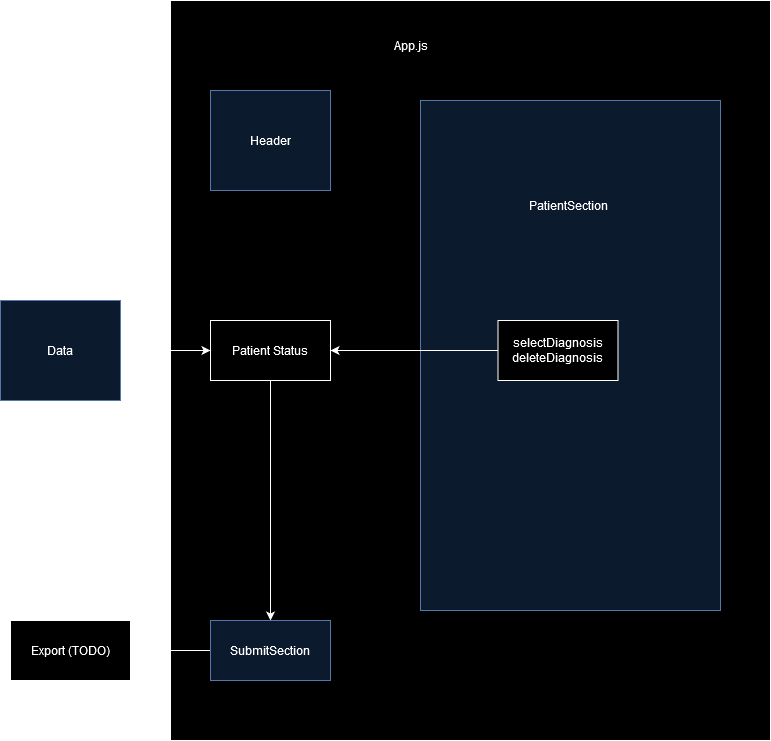
The draw.io diagram src/images/uml.png in ryan-ching/patient-diagnoses, before a commit. Source tidied: cells renumbered, new cells last; positions are measured from the earlier drawing's top-left corner, leaving out a move shared by most shapes. Source of this version:
```xml
<mxGraphModel>
  <root>
    <mxCell id="0" />
    <mxCell id="1" parent="0" />
    <mxCell id="2" style="rounded=0;whiteSpace=wrap;html=1;" parent="1" vertex="1">
      <mxGeometry x="170" width="600" height="740" as="geometry" />
    </mxCell>
    <mxCell id="3" value="App.js" style="text;html=1;align=center;verticalAlign=middle;strokeColor=none;fillColor=none;" parent="1" vertex="1">
      <mxGeometry x="380" y="30" width="60" height="30" as="geometry" />
    </mxCell>
    <mxCell id="4" style="edgeStyle=orthogonalEdgeStyle;rounded=0;jettySize=auto;html=1;exitX=0.5;exitY=1;exitDx=0;exitDy=0;" parent="1" edge="1" source="5" target="10">
      <mxGeometry relative="1" as="geometry" />
    </mxCell>
    <mxCell id="5" value="Patient Status" style="rounded=0;whiteSpace=wrap;html=1;" parent="1" vertex="1">
      <mxGeometry x="210" y="320" width="120" height="60" as="geometry" />
    </mxCell>
    <mxCell id="6" style="edgeStyle=orthogonalEdgeStyle;rounded=0;jettySize=auto;html=1;exitX=1;exitY=0.5;exitDx=0;exitDy=0;" parent="1" edge="1" source="7" target="5">
      <mxGeometry relative="1" as="geometry" />
    </mxCell>
    <mxCell id="7" value="&lt;div&gt;Data&lt;/div&gt;" style="rounded=0;whiteSpace=wrap;html=1;fillColor=#dae8fc;strokeColor=#6c8ebf;" parent="1" vertex="1">
      <mxGeometry y="300" width="120" height="100" as="geometry" />
    </mxCell>
    <mxCell id="8" style="rounded=0;whiteSpace=wrap;html=1;fillColor=#dae8fc;strokeColor=#6c8ebf;" parent="1" vertex="1">
      <mxGeometry x="420" y="100" width="300" height="510" as="geometry" />
    </mxCell>
    <mxCell id="9" style="edgeStyle=orthogonalEdgeStyle;rounded=0;jettySize=auto;html=1;" parent="1" edge="1" source="10" target="14">
      <mxGeometry relative="1" as="geometry" />
    </mxCell>
    <mxCell id="10" value="SubmitSection" style="rounded=0;whiteSpace=wrap;html=1;fillColor=#dae8fc;strokeColor=#6c8ebf;" parent="1" vertex="1">
      <mxGeometry x="210" y="620" width="120" height="60" as="geometry" />
    </mxCell>
    <mxCell id="11" value="PatientSection" style="text;html=1;align=center;verticalAlign=middle;strokeColor=none;fillColor=none;" parent="1" vertex="1">
      <mxGeometry x="517.5" y="190" width="100" height="30" as="geometry" />
    </mxCell>
    <mxCell id="12" style="edgeStyle=orthogonalEdgeStyle;rounded=0;jettySize=auto;html=1;exitX=0;exitY=0.5;exitDx=0;exitDy=0;entryX=1;entryY=0.5;entryDx=0;entryDy=0;" parent="1" edge="1" source="13" target="5">
      <mxGeometry relative="1" as="geometry" />
    </mxCell>
    <mxCell id="13" value="&lt;div&gt;selectDiagnosis&lt;/div&gt;&lt;div&gt;deleteDiagnosis&lt;br&gt;&lt;/div&gt;" style="rounded=0;whiteSpace=wrap;html=1;" parent="1" vertex="1">
      <mxGeometry x="497.5" y="320" width="120" height="60" as="geometry" />
    </mxCell>
    <mxCell id="14" value="Export (TODO)" style="whiteSpace=wrap;html=1;rounded=0;" parent="1" vertex="1">
      <mxGeometry x="10" y="620" width="120" height="60" as="geometry" />
    </mxCell>
    <mxCell id="15" value="Header" style="rounded=0;whiteSpace=wrap;html=1;fillColor=#dae8fc;strokeColor=#6c8ebf;" parent="1" vertex="1">
      <mxGeometry x="210" y="90" width="120" height="100" as="geometry" />
    </mxCell>
  </root>
</mxGraphModel>
```
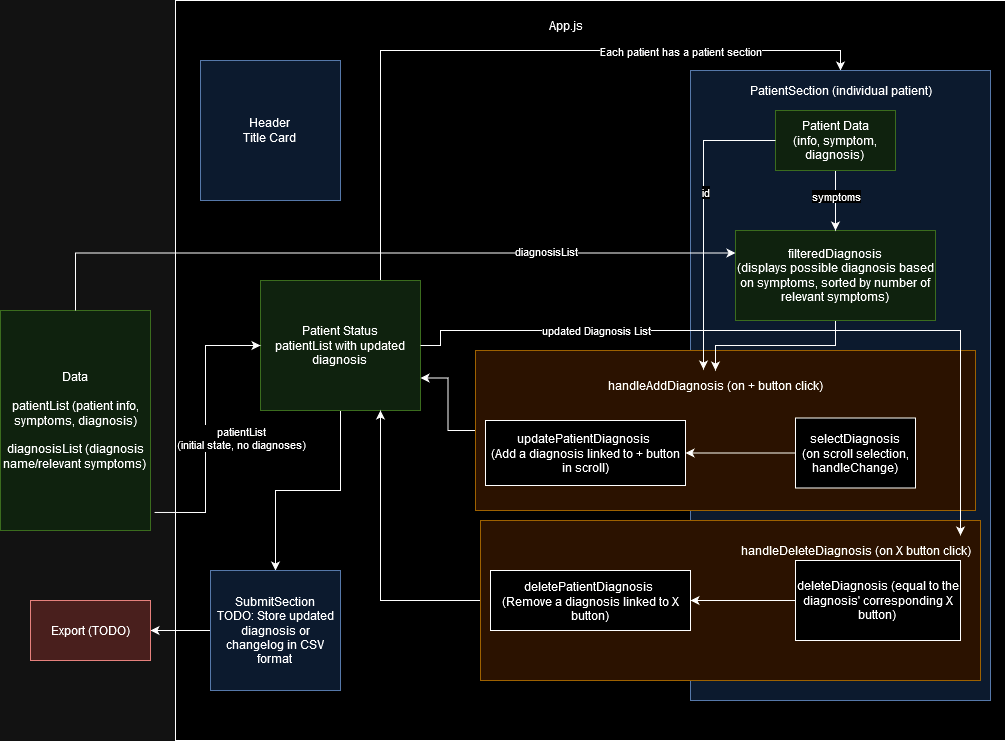
After the commit.

Commit message:
added more inline comments, updated README uml diagram

Diff of the diagram source:
```diff
@@ -3,46 +3,134 @@
     <mxCell id="0" />
     <mxCell id="1" parent="0" />
     <mxCell id="2" style="rounded=0;whiteSpace=wrap;html=1;" parent="1" vertex="1">
-      <mxGeometry x="170" width="600" height="740" as="geometry" />
+      <mxGeometry x="65" y="50" width="830" height="740" as="geometry" />
     </mxCell>
     <mxCell id="3" value="App.js" style="text;html=1;align=center;verticalAlign=middle;strokeColor=none;fillColor=none;" parent="1" vertex="1">
-      <mxGeometry x="380" y="30" width="60" height="30" as="geometry" />
+      <mxGeometry x="425" y="60" width="60" height="30" as="geometry" />
     </mxCell>
     <mxCell id="4" style="edgeStyle=orthogonalEdgeStyle;rounded=0;jettySize=auto;html=1;exitX=0.5;exitY=1;exitDx=0;exitDy=0;" parent="1" edge="1" source="5" target="10">
       <mxGeometry relative="1" as="geometry" />
     </mxCell>
+    <mxCell id="16" style="edgeStyle=orthogonalEdgeStyle;rounded=0;jettySize=auto;html=1;entryX=0.5;entryY=0;entryDx=0;entryDy=0;" parent="1" edge="1" source="5" target="8">
+      <mxGeometry relative="1" as="geometry">
+        <Array as="points">
+          <mxPoint x="270" y="100" />
+          <mxPoint x="730" y="100" />
+        </Array>
+      </mxGeometry>
+    </mxCell>
+    <mxCell id="17" value="Each patient has a patient section" style="edgeLabel;html=1;align=center;verticalAlign=middle;" parent="16" vertex="1">
+      <mxGeometry x="-0.05" y="3" relative="1" as="geometry">
+        <mxPoint x="191" y="3" as="offset" />
+      </mxGeometry>
+    </mxCell>
-    <mxCell id="5" value="Patient Status" style="rounded=0;whiteSpace=wrap;html=1;" parent="1" vertex="1">
-      <mxGeometry x="210" y="320" width="120" height="60" as="geometry" />
+    <mxCell id="5" value="&lt;div&gt;Patient Status&lt;/div&gt;&lt;div&gt;patientList with updated diagnosis&lt;br&gt;&lt;/div&gt;" style="rounded=0;whiteSpace=wrap;html=1;fillColor=#d5e8d4;strokeColor=#82b366;" parent="1" vertex="1">
+      <mxGeometry x="150" y="330" width="160" height="130" as="geometry" />
     </mxCell>
-    <mxCell id="6" style="edgeStyle=orthogonalEdgeStyle;rounded=0;jettySize=auto;html=1;exitX=1;exitY=0.5;exitDx=0;exitDy=0;" parent="1" edge="1" source="7" target="5">
+    <mxCell id="6" style="edgeStyle=orthogonalEdgeStyle;rounded=0;jettySize=auto;html=1;exitX=1.027;exitY=0.918;exitDx=0;exitDy=0;exitPerimeter=0;" parent="1" edge="1" source="7" target="5">
       <mxGeometry relative="1" as="geometry" />
     </mxCell>
+    <mxCell id="18" value="&lt;div&gt;patientList&lt;/div&gt;&lt;div&gt;(initial state, no diagnoses)&lt;br&gt;&lt;/div&gt;" style="edgeLabel;html=1;align=center;verticalAlign=middle;" parent="6" vertex="1">
+      <mxGeometry x="-0.2" y="-2" relative="1" as="geometry">
+        <mxPoint x="33" y="-16" as="offset" />
+      </mxGeometry>
+    </mxCell>
-    <mxCell id="7" value="&lt;div&gt;Data&lt;/div&gt;" style="rounded=0;whiteSpace=wrap;html=1;fillColor=#dae8fc;strokeColor=#6c8ebf;" parent="1" vertex="1">
-      <mxGeometry y="300" width="120" height="100" as="geometry" />
+    <mxCell id="7" value="&lt;div&gt;Data&lt;/div&gt;&lt;div&gt;&lt;br&gt;&lt;/div&gt;&lt;div&gt;patientList (patient info, symptoms, diagnosis)&lt;/div&gt;&lt;div&gt;&lt;br&gt;&lt;/div&gt;&lt;div&gt;diagnosisList (diagnosis name/relevant symptoms)&lt;br&gt;&lt;/div&gt;" style="rounded=0;whiteSpace=wrap;html=1;fillColor=#d5e8d4;strokeColor=#82b366;" parent="1" vertex="1">
+      <mxGeometry x="-110" y="360" width="150" height="220" as="geometry" />
     </mxCell>
     <mxCell id="8" style="rounded=0;whiteSpace=wrap;html=1;fillColor=#dae8fc;strokeColor=#6c8ebf;" parent="1" vertex="1">
-      <mxGeometry x="420" y="100" width="300" height="510" as="geometry" />
+      <mxGeometry x="580" y="120" width="300" height="630" as="geometry" />
     </mxCell>
     <mxCell id="9" style="edgeStyle=orthogonalEdgeStyle;rounded=0;jettySize=auto;html=1;" parent="1" edge="1" source="10" target="14">
       <mxGeometry relative="1" as="geometry" />
     </mxCell>
-    <mxCell id="10" value="SubmitSection" style="rounded=0;whiteSpace=wrap;html=1;fillColor=#dae8fc;strokeColor=#6c8ebf;" parent="1" vertex="1">
-      <mxGeometry x="210" y="620" width="120" height="60" as="geometry" />
+    <mxCell id="10" value="&lt;div&gt;SubmitSection&lt;/div&gt;&lt;div&gt;TODO: Store updated diagnosis or changelog in CSV format&lt;br&gt;&lt;/div&gt;" style="rounded=0;whiteSpace=wrap;html=1;fillColor=#dae8fc;strokeColor=#6c8ebf;direction=south;" parent="1" vertex="1">
+      <mxGeometry x="100" y="620" width="130" height="120" as="geometry" />
     </mxCell>
-    <mxCell id="11" value="PatientSection" style="text;html=1;align=center;verticalAlign=middle;strokeColor=none;fillColor=none;" parent="1" vertex="1">
-      <mxGeometry x="517.5" y="190" width="100" height="30" as="geometry" />
+    <mxCell id="11" value="PatientSection (individual patient)" style="text;html=1;align=center;verticalAlign=middle;strokeColor=none;fillColor=none;" parent="1" vertex="1">
+      <mxGeometry x="625" y="125" width="210" height="30" as="geometry" />
     </mxCell>
-    <mxCell id="12" style="edgeStyle=orthogonalEdgeStyle;rounded=0;jettySize=auto;html=1;exitX=0;exitY=0.5;exitDx=0;exitDy=0;entryX=1;entryY=0.5;entryDx=0;entryDy=0;" parent="1" edge="1" source="13" target="5">
-      <mxGeometry relative="1" as="geometry" />
-    </mxCell>
-    <mxCell id="13" value="&lt;div&gt;selectDiagnosis&lt;/div&gt;&lt;div&gt;deleteDiagnosis&lt;br&gt;&lt;/div&gt;" style="rounded=0;whiteSpace=wrap;html=1;" parent="1" vertex="1">
-      <mxGeometry x="497.5" y="320" width="120" height="60" as="geometry" />
-    </mxCell>
-    <mxCell id="14" value="Export (TODO)" style="whiteSpace=wrap;html=1;rounded=0;" parent="1" vertex="1">
-      <mxGeometry x="10" y="620" width="120" height="60" as="geometry" />
+    <mxCell id="14" value="Export (TODO)" style="whiteSpace=wrap;html=1;rounded=0;fillColor=#f8cecc;strokeColor=#b85450;" parent="1" vertex="1">
+      <mxGeometry x="-80" y="650" width="120" height="60" as="geometry" />
     </mxCell>
-    <mxCell id="15" value="Header" style="rounded=0;whiteSpace=wrap;html=1;fillColor=#dae8fc;strokeColor=#6c8ebf;" parent="1" vertex="1">
-      <mxGeometry x="210" y="90" width="120" height="100" as="geometry" />
+    <mxCell id="15" value="&lt;div&gt;Header&lt;/div&gt;&lt;div&gt;Title Card&lt;br&gt;&lt;/div&gt;" style="rounded=0;whiteSpace=wrap;html=1;fillColor=#dae8fc;strokeColor=#6c8ebf;" parent="1" vertex="1">
+      <mxGeometry x="90" y="110" width="140" height="140" as="geometry" />
     </mxCell>
+    <mxCell id="19" style="edgeStyle=orthogonalEdgeStyle;rounded=0;jettySize=auto;html=1;entryX=0.75;entryY=1;entryDx=0;entryDy=0;" parent="1" edge="1" source="20" target="5">
+      <mxGeometry relative="1" as="geometry" />
+    </mxCell>
+    <mxCell id="20" style="rounded=0;whiteSpace=wrap;html=1;fillColor=#ffe6cc;strokeColor=#d79b00;" parent="1" vertex="1">
+      <mxGeometry x="370" y="570" width="500" height="160" as="geometry" />
+    </mxCell>
+    <mxCell id="21" style="edgeStyle=orthogonalEdgeStyle;rounded=0;jettySize=auto;html=1;" parent="1" edge="1" source="13" target="22">
+      <mxGeometry relative="1" as="geometry" />
+    </mxCell>
+    <mxCell id="13" value="&lt;div&gt;deleteDiagnosis (equal to the diagnosis' corresponding X button)&lt;br&gt;&lt;/div&gt;" style="rounded=0;whiteSpace=wrap;html=1;" parent="1" vertex="1">
+      <mxGeometry x="685" y="610" width="165" height="80" as="geometry" />
+    </mxCell>
+    <mxCell id="22" value="&lt;p style=&quot;line-height: 40%;&quot;&gt;&lt;/p&gt;&lt;br&gt;&lt;div&gt;&lt;br&gt;&lt;/div&gt;&lt;div&gt;deletePatientDiagnosis&amp;nbsp;&lt;/div&gt;&lt;div&gt;(Remove a diagnosis linked to X button)&lt;br&gt;&lt;/div&gt;&lt;p&gt;&lt;br&gt;&lt;/p&gt;" style="rounded=0;whiteSpace=wrap;html=1;" parent="1" vertex="1">
+      <mxGeometry x="380" y="620" width="200" height="60" as="geometry" />
+    </mxCell>
+    <mxCell id="23" value="handleDeleteDiagnosis (on X button click)" style="text;html=1;align=center;verticalAlign=middle;points=[];strokeColor=none;fillColor=none;" parent="1" vertex="1">
+      <mxGeometry x="620" y="585" width="250" height="30" as="geometry" />
+    </mxCell>
+    <mxCell id="24" style="edgeStyle=orthogonalEdgeStyle;rounded=0;jettySize=auto;html=1;entryX=1;entryY=0.75;entryDx=0;entryDy=0;" parent="1" edge="1" source="25" target="5">
+      <mxGeometry relative="1" as="geometry" />
+    </mxCell>
+    <mxCell id="25" style="rounded=0;whiteSpace=wrap;html=1;fillColor=#ffe6cc;strokeColor=#d79b00;" parent="1" vertex="1">
+      <mxGeometry x="365" y="400" width="500" height="160" as="geometry" />
+    </mxCell>
+    <mxCell id="26" value="&lt;div&gt;updatePatientDiagnosis&amp;nbsp;&lt;/div&gt;(Add a diagnosis linked to + button in scroll)" style="rounded=0;whiteSpace=wrap;html=1;" parent="1" vertex="1">
+      <mxGeometry x="375" y="470" width="200" height="65" as="geometry" />
+    </mxCell>
+    <mxCell id="27" style="edgeStyle=orthogonalEdgeStyle;rounded=0;jettySize=auto;html=1;exitX=0;exitY=0.5;exitDx=0;exitDy=0;" parent="1" edge="1" source="28" target="26">
+      <mxGeometry relative="1" as="geometry" />
+    </mxCell>
+    <mxCell id="28" value="&lt;div&gt;selectDiagnosis&lt;/div&gt;&lt;div&gt;(on scroll selection, handleChange)&lt;br&gt;&lt;/div&gt;" style="rounded=0;whiteSpace=wrap;html=1;" parent="1" vertex="1">
+      <mxGeometry x="685" y="467.5" width="120" height="70" as="geometry" />
+    </mxCell>
+    <mxCell id="29" value="handleAddDiagnosis (on + button click)" style="text;html=1;align=center;verticalAlign=middle;points=[];strokeColor=none;fillColor=none;" parent="1" vertex="1">
+      <mxGeometry x="485" y="420" width="240" height="30" as="geometry" />
+    </mxCell>
+    <mxCell id="30" style="edgeStyle=orthogonalEdgeStyle;rounded=0;jettySize=auto;html=1;" parent="1" edge="1" source="31" target="29">
+      <mxGeometry relative="1" as="geometry" />
+    </mxCell>
+    <mxCell id="31" value="&lt;div&gt;filteredDiagnosis&lt;/div&gt;&lt;div&gt;(displays possible diagnosis based on symptoms, sorted by number of relevant symptoms)&lt;br&gt;&lt;/div&gt;" style="rounded=0;whiteSpace=wrap;html=1;fillColor=#d5e8d4;strokeColor=#82b366;" parent="1" vertex="1">
+      <mxGeometry x="625" y="280" width="200" height="90" as="geometry" />
+    </mxCell>
+    <mxCell id="32" style="edgeStyle=orthogonalEdgeStyle;rounded=0;jettySize=auto;html=1;exitX=0.5;exitY=0;exitDx=0;exitDy=0;entryX=0;entryY=0.25;entryDx=0;entryDy=0;" parent="1" edge="1" source="7" target="31">
+      <mxGeometry relative="1" as="geometry" />
+    </mxCell>
+    <mxCell id="33" value="diagnosisList" style="edgeLabel;html=1;align=center;verticalAlign=middle;" parent="32" vertex="1">
+      <mxGeometry x="0.47" y="-1" relative="1" as="geometry">
+        <mxPoint x="1" y="-3" as="offset" />
+      </mxGeometry>
+    </mxCell>
+    <mxCell id="34" style="edgeStyle=orthogonalEdgeStyle;rounded=0;jettySize=auto;html=1;" parent="1" edge="1" source="36" target="31">
+      <mxGeometry relative="1" as="geometry" />
+    </mxCell>
+    <mxCell id="35" value="symptoms" style="edgeLabel;html=1;align=center;verticalAlign=middle;" parent="34" vertex="1">
+      <mxGeometry x="-0.17" relative="1" as="geometry" />
+    </mxCell>
+    <mxCell id="36" value="&lt;div&gt;Patient Data&lt;/div&gt;&lt;div&gt;(info, symptom, diagnosis)&lt;br&gt;&lt;/div&gt;" style="rounded=0;whiteSpace=wrap;html=1;fillColor=#d5e8d4;strokeColor=#82b366;" parent="1" vertex="1">
+      <mxGeometry x="665" y="160" width="120" height="60" as="geometry" />
+    </mxCell>
+    <mxCell id="37" style="edgeStyle=orthogonalEdgeStyle;rounded=0;jettySize=auto;html=1;exitX=1;exitY=0.5;exitDx=0;exitDy=0;" parent="1" edge="1" source="5" target="23">
+      <mxGeometry relative="1" as="geometry">
+        <Array as="points">
+          <mxPoint x="330" y="380" />
+          <mxPoint x="850" y="380" />
+        </Array>
+      </mxGeometry>
+    </mxCell>
+    <mxCell id="38" value="updated Diagnosis List" style="edgeLabel;html=1;align=center;verticalAlign=middle;" parent="37" vertex="1">
+      <mxGeometry x="-0.5" y="1" relative="1" as="geometry" />
+    </mxCell>
+    <mxCell id="39" style="edgeStyle=orthogonalEdgeStyle;rounded=0;jettySize=auto;html=1;exitX=0;exitY=0.5;exitDx=0;exitDy=0;entryX=0.45;entryY=-0.033;entryDx=0;entryDy=0;entryPerimeter=0;" parent="1" edge="1" source="36" target="29">
+      <mxGeometry relative="1" as="geometry" />
+    </mxCell>
+    <mxCell id="40" value="id" style="edgeLabel;html=1;align=center;verticalAlign=middle;" parent="39" vertex="1">
+      <mxGeometry x="-0.18" y="1" relative="1" as="geometry" />
+    </mxCell>
   </root>
 </mxGraphModel>
```
